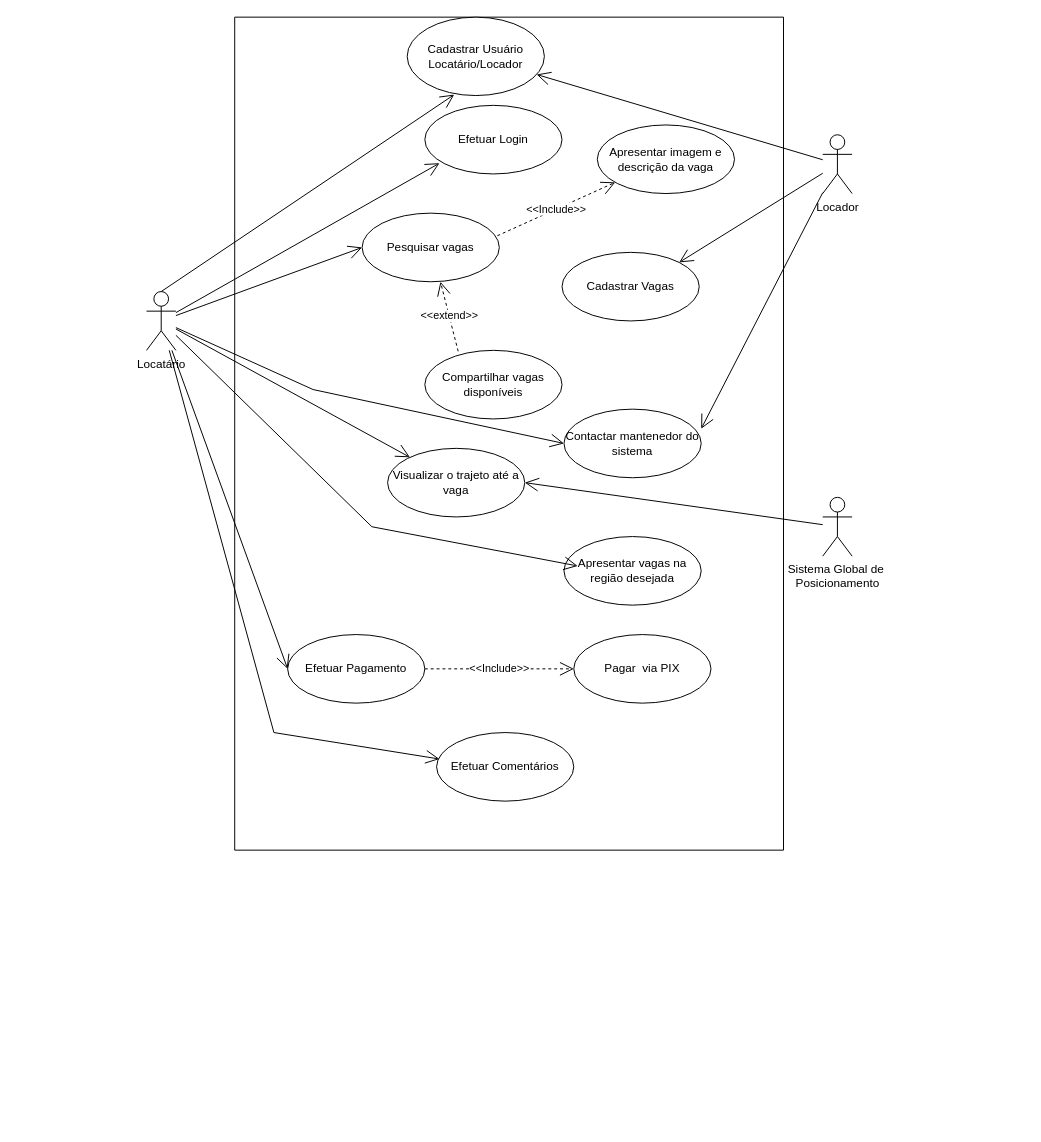
ICEI-PUC-Minas-PMV-ADS/pmv-ads-2023-2-e2-proj-int-t3-park4you keeps this draw.io diagram as docs/Diagrama/Diagrama sem nome.drawio. Above is the earlier version. Source tidied: cells renumbered, new cells numbered last; positions are measured from the earlier drawing's top-left corner, leaving out a move shared by most shapes. Both pictures are drawn from the tidied source at 98%, with x=0, y=0 at pixel (146, 17).
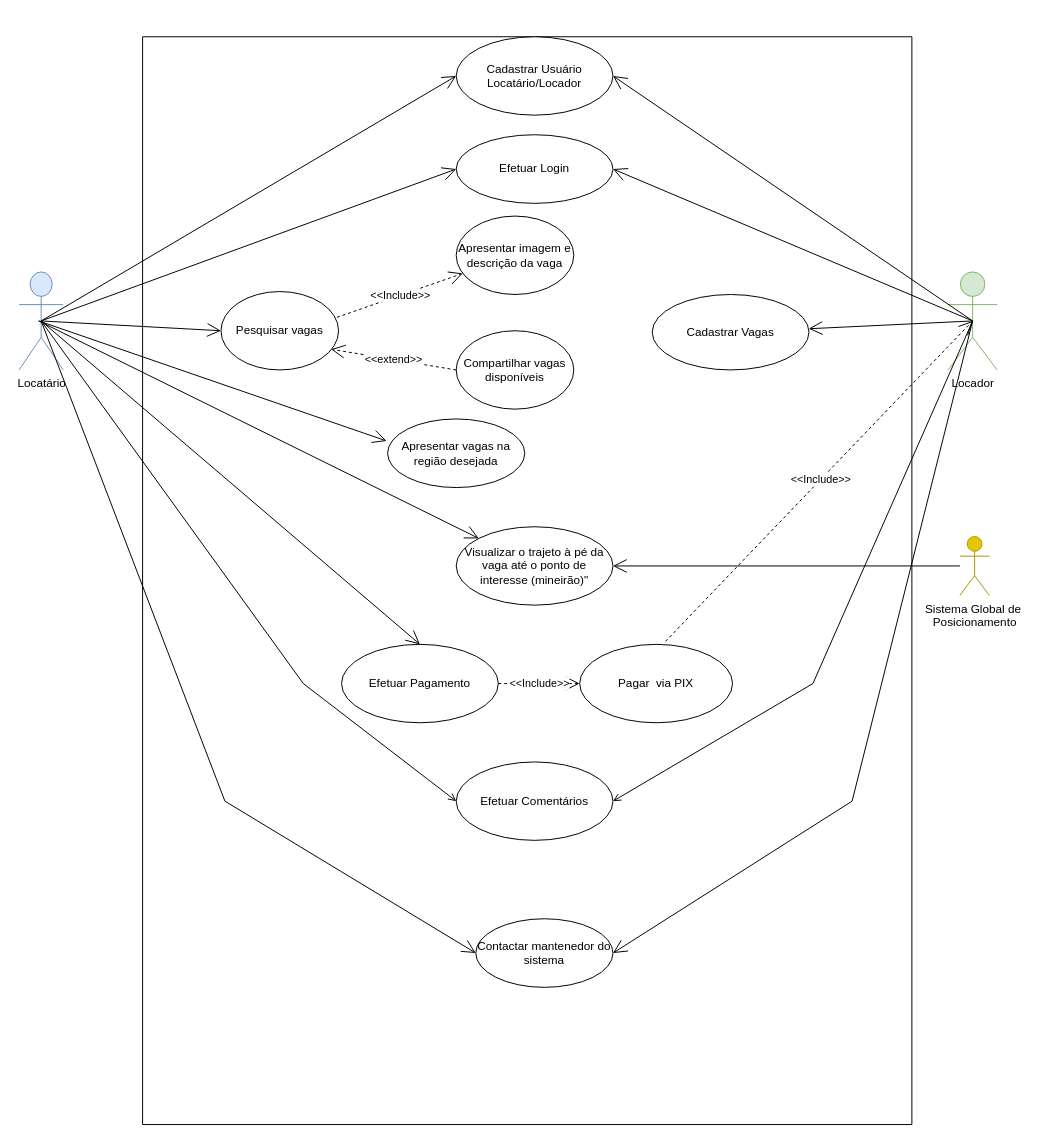
The same diagram, later.

The edit, as a diff of the source:
```diff
@@
     <mxCell id="2" style="swimlane;startSize=0;" parent="1" vertex="1">
-      <mxGeometry x="90" width="560" height="850" as="geometry" />
+      <mxGeometry x="-4" y="20" width="785" height="1110" as="geometry" />
     </mxCell>
     <mxCell id="3" value="Apresentar vagas na região desejada" style="ellipse;whiteSpace=wrap;html=1;" parent="2" vertex="1">
-      <mxGeometry x="336" y="530" width="140" height="70" as="geometry" />
+      <mxGeometry x="250" y="390" width="140" height="70" as="geometry" />
     </mxCell>
-    <mxCell id="4" value="Visualizar o trajeto até a vaga" style="ellipse;whiteSpace=wrap;html=1;" parent="2" vertex="1">
-      <mxGeometry x="156" y="440" width="140" height="70" as="geometry" />
+    <mxCell id="4" value="Visualizar o trajeto à pé da vaga até o ponto de interesse (mineirão)&quot;" style="ellipse;whiteSpace=wrap;html=1;" parent="2" vertex="1">
+      <mxGeometry x="320" y="500" width="160" height="80" as="geometry" />
     </mxCell>
     <mxCell id="5" value="Apresentar imagem e descrição da vaga" style="ellipse;whiteSpace=wrap;html=1;" parent="2" vertex="1">
-      <mxGeometry x="370" y="110" width="140" height="70" as="geometry" />
+      <mxGeometry x="320" y="183" width="120" height="80" as="geometry" />
     </mxCell>
     <mxCell id="6" value="Cadastrar Usuário&lt;br&gt;Locatário/Locador" style="ellipse;whiteSpace=wrap;html=1;" parent="2" vertex="1">
-      <mxGeometry x="176" width="140" height="80" as="geometry" />
+      <mxGeometry x="320" width="160" height="80" as="geometry" />
     </mxCell>
     <mxCell id="7" value="Contactar mantenedor do sistema" style="ellipse;whiteSpace=wrap;html=1;" parent="2" vertex="1">
-      <mxGeometry x="336" y="400" width="140" height="70" as="geometry" />
+      <mxGeometry x="340" y="900" width="140" height="70" as="geometry" />
     </mxCell>
     <mxCell id="8" value="Efetuar Pagamento" style="ellipse;whiteSpace=wrap;html=1;" parent="2" vertex="1">
-      <mxGeometry x="54" y="630" width="140" height="70" as="geometry" />
+      <mxGeometry x="203" y="620" width="160" height="80" as="geometry" />
     </mxCell>
     <mxCell id="9" value="Efetuar Login" style="ellipse;whiteSpace=wrap;html=1;" parent="2" vertex="1">
-      <mxGeometry x="194" y="90" width="140" height="70" as="geometry" />
+      <mxGeometry x="320" y="100" width="160" height="70" as="geometry" />
     </mxCell>
     <mxCell id="10" value="Compartilhar vagas disponíveis" style="ellipse;whiteSpace=wrap;html=1;" parent="2" vertex="1">
-      <mxGeometry x="194" y="340" width="140" height="70" as="geometry" />
+      <mxGeometry x="320" y="300" width="120" height="80" as="geometry" />
     </mxCell>
     <mxCell id="11" value="Cadastrar Vagas" style="ellipse;whiteSpace=wrap;html=1;" parent="2" vertex="1">
-      <mxGeometry x="334" y="240" width="140" height="70" as="geometry" />
+      <mxGeometry x="520" y="263" width="160" height="77" as="geometry" />
     </mxCell>
     <mxCell id="12" value="Pagar&amp;nbsp; via PIX" style="ellipse;whiteSpace=wrap;html=1;" parent="2" vertex="1">
-      <mxGeometry x="346" y="630" width="140" height="70" as="geometry" />
+      <mxGeometry x="446" y="620" width="156" height="80" as="geometry" />
     </mxCell>
     <mxCell id="13" value="Efetuar Comentários" style="ellipse;whiteSpace=wrap;html=1;" parent="2" vertex="1">
-      <mxGeometry x="206" y="730" width="140" height="70" as="geometry" />
+      <mxGeometry x="320" y="740" width="160" height="80" as="geometry" />
     </mxCell>
     <mxCell id="14" value="Pesquisar vagas" style="ellipse;whiteSpace=wrap;html=1;" parent="2" vertex="1">
-      <mxGeometry x="130" y="200" width="140" height="70" as="geometry" />
+      <mxGeometry x="80" y="260" width="120" height="80" as="geometry" />
     </mxCell>
@@
-    <mxCell id="17" value="&amp;lt;&amp;lt;extend&amp;gt;&amp;gt;" style="endArrow=open;endSize=12;dashed=1;html=1;rounded=0;exitX=0.243;exitY=0.014;exitDx=0;exitDy=0;exitPerimeter=0;entryX=0.571;entryY=1;entryDx=0;entryDy=0;entryPerimeter=0;" parent="2" edge="1" source="10" target="14">
+    <mxCell id="17" value="&amp;lt;&amp;lt;extend&amp;gt;&amp;gt;" style="endArrow=open;endSize=12;dashed=1;html=1;rounded=0;exitX=0;exitY=0.5;exitDx=0;exitDy=0;entryX=0.936;entryY=0.736;entryDx=0;entryDy=0;entryPerimeter=0;" parent="2" edge="1" source="10" target="14">
       <mxGeometry relative="1" as="geometry" />
     </mxCell>
-    <mxCell id="18" value="Locatário" style="shape=umlActor;verticalLabelPosition=bottom;verticalAlign=top;html=1;outlineConnect=0;" parent="1" vertex="1">
-      <mxGeometry y="280" width="30" height="60" as="geometry" />
+    <mxCell id="18" value="Locatário" style="shape=umlActor;verticalLabelPosition=bottom;verticalAlign=top;html=1;outlineConnect=0;fillColor=#dae8fc;strokeColor=#6c8ebf;" parent="1" vertex="1">
+      <mxGeometry x="-130" y="260" width="45" height="100" as="geometry" />
     </mxCell>
-    <mxCell id="19" value="Locador" style="shape=umlActor;verticalLabelPosition=bottom;verticalAlign=top;html=1;outlineConnect=0;" parent="1" vertex="1">
-      <mxGeometry x="690" y="120" width="30" height="60" as="geometry" />
-    </mxCell>
-    <mxCell id="20" value="Sistema Global de&amp;nbsp;&lt;br&gt;Posicionamento" style="shape=umlActor;verticalLabelPosition=bottom;verticalAlign=top;html=1;" parent="1" vertex="1">
-      <mxGeometry x="690" y="490" width="30" height="60" as="geometry" />
+    <mxCell id="20" value="Sistema Global de&amp;nbsp;&lt;br&gt;Posicionamento" style="shape=umlActor;verticalLabelPosition=bottom;verticalAlign=top;html=1;fillColor=#e3c800;fontColor=#000000;strokeColor=#B09500;" parent="1" vertex="1">
+      <mxGeometry x="830" y="530" width="30" height="60" as="geometry" />
     </mxCell>
-    <mxCell id="21" style="endArrow=open;endFill=1;endSize=12;html=1;rounded=0;exitX=0.5;exitY=0;exitDx=0;exitDy=0;exitPerimeter=0;entryX=0.343;entryY=0.988;entryDx=0;entryDy=0;entryPerimeter=0;" parent="1" edge="1" source="18" target="6">
+    <mxCell id="21" style="endArrow=open;endFill=1;endSize=12;html=1;rounded=0;exitX=0.5;exitY=0.5;exitDx=0;exitDy=0;exitPerimeter=0;entryX=0;entryY=0.5;entryDx=0;entryDy=0;" parent="1" edge="1" source="18" target="6">
       <mxGeometry relative="1" as="geometry" />
     </mxCell>
-    <mxCell id="22" style="endArrow=open;endFill=1;endSize=12;html=1;rounded=0;entryX=0.107;entryY=0.843;entryDx=0;entryDy=0;entryPerimeter=0;" parent="1" edge="1" source="18" target="9">
+    <mxCell id="22" style="endArrow=open;endFill=1;endSize=12;html=1;rounded=0;entryX=0;entryY=0.5;entryDx=0;entryDy=0;exitX=0.5;exitY=0.5;exitDx=0;exitDy=0;exitPerimeter=0;" parent="1" edge="1" source="18" target="9">
       <mxGeometry relative="1" as="geometry" />
     </mxCell>
-    <mxCell id="23" style="endArrow=open;endFill=1;endSize=12;html=1;rounded=0;entryX=0;entryY=0.5;entryDx=0;entryDy=0;" parent="1" edge="1" source="18" target="14">
+    <mxCell id="23" style="endArrow=open;endFill=1;endSize=12;html=1;rounded=0;entryX=0;entryY=0.5;entryDx=0;entryDy=0;exitX=0.5;exitY=0.5;exitDx=0;exitDy=0;exitPerimeter=0;" parent="1" edge="1" source="18" target="14">
       <mxGeometry relative="1" as="geometry" />
     </mxCell>
-    <mxCell id="24" style="endArrow=open;endFill=1;endSize=12;html=1;rounded=0;" parent="1" edge="1" source="18" target="4">
-      <mxGeometry relative="1" as="geometry" />
+    <mxCell id="24" style="endArrow=open;endFill=1;endSize=12;html=1;rounded=0;" parent="1" edge="1" target="4">
+      <mxGeometry relative="1" as="geometry">
+        <mxPoint x="-110" y="310" as="sourcePoint" />
+      </mxGeometry>
     </mxCell>
-    <mxCell id="25" style="endArrow=open;endFill=1;endSize=12;html=1;rounded=0;entryX=0;entryY=0.5;entryDx=0;entryDy=0;" parent="1" edge="1" source="18" target="8">
+    <mxCell id="25" style="endArrow=open;endFill=1;endSize=12;html=1;rounded=0;exitX=0.5;exitY=0.5;exitDx=0;exitDy=0;exitPerimeter=0;entryX=0.5;entryY=0;entryDx=0;entryDy=0;" parent="1" edge="1" source="18" target="8">
       <mxGeometry relative="1" as="geometry" />
     </mxCell>
-    <mxCell id="26" style="endArrow=open;endFill=1;endSize=12;html=1;rounded=0;entryX=1;entryY=0;entryDx=0;entryDy=0;" parent="1" edge="1" source="19" target="11">
-      <mxGeometry relative="1" as="geometry" />
-    </mxCell>
@@
-    <mxCell id="28" style="endArrow=open;endFill=1;endSize=12;html=1;rounded=0;entryX=0.021;entryY=0.386;entryDx=0;entryDy=0;entryPerimeter=0;" parent="1" edge="1" source="18" target="13">
+    <mxCell id="28" style="endArrow=open;endFill=1;html=1;rounded=0;entryX=0;entryY=0.5;entryDx=0;entryDy=0;exitX=0.5;exitY=0.5;exitDx=0;exitDy=0;exitPerimeter=0;" parent="1" edge="1" source="18" target="13">
       <mxGeometry relative="1" as="geometry">
         <Array as="points">
-          <mxPoint x="130" y="730" />
+          <mxPoint x="160" y="680" />
         </Array>
       </mxGeometry>
     </mxCell>
-    <mxCell id="29" style="endArrow=open;endFill=1;endSize=12;html=1;rounded=0;entryX=0;entryY=0.5;entryDx=0;entryDy=0;" parent="1" edge="1" source="18" target="7">
+    <mxCell id="29" style="endArrow=open;endFill=1;endSize=12;html=1;rounded=0;entryX=0;entryY=0.5;entryDx=0;entryDy=0;exitX=0.5;exitY=0.5;exitDx=0;exitDy=0;exitPerimeter=0;" parent="1" edge="1" source="18" target="7">
       <mxGeometry relative="1" as="geometry">
         <Array as="points">
-          <mxPoint x="170" y="380" />
+          <mxPoint x="80" y="800" />
         </Array>
       </mxGeometry>
     </mxCell>
+    <mxCell id="32" style="endArrow=open;endFill=1;endSize=12;html=1;rounded=0;entryX=-0.007;entryY=0.321;entryDx=0;entryDy=0;entryPerimeter=0;" parent="1" edge="1" target="3">
+      <mxGeometry relative="1" as="geometry">
+        <mxPoint x="-110" y="310" as="sourcePoint" />
+      </mxGeometry>
+    </mxCell>
+    <mxCell id="33" style="endArrow=open;endFill=1;endSize=12;html=1;rounded=0;entryX=1;entryY=0.5;entryDx=0;entryDy=0;exitX=0.5;exitY=0.5;exitDx=0;exitDy=0;exitPerimeter=0;" parent="1" edge="1" source="19" target="9">
+      <mxGeometry relative="1" as="geometry" />
+    </mxCell>
+    <mxCell id="19" value="Locador" style="shape=umlActor;verticalLabelPosition=bottom;verticalAlign=top;html=1;outlineConnect=0;fillColor=#d5e8d4;strokeColor=#82b366;" parent="1" vertex="1">
+      <mxGeometry x="818" y="260" width="50" height="100" as="geometry" />
+    </mxCell>
+    <mxCell id="26" style="endArrow=open;endFill=1;endSize=12;html=1;rounded=0;exitX=0.5;exitY=0.5;exitDx=0;exitDy=0;exitPerimeter=0;" parent="1" edge="1" source="19" target="11">
+      <mxGeometry relative="1" as="geometry" />
+    </mxCell>
-    <mxCell id="30" style="endArrow=open;endFill=1;endSize=12;html=1;rounded=0;entryX=1;entryY=0.286;entryDx=0;entryDy=0;entryPerimeter=0;" parent="1" edge="1" source="19" target="7">
-      <mxGeometry relative="1" as="geometry" />
+    <mxCell id="30" style="endArrow=open;endFill=1;endSize=12;html=1;rounded=0;entryX=1;entryY=0.5;entryDx=0;entryDy=0;exitX=0.5;exitY=0.5;exitDx=0;exitDy=0;exitPerimeter=0;" parent="1" edge="1" source="19" target="7">
+      <mxGeometry relative="1" as="geometry">
+        <Array as="points">
+          <mxPoint x="720" y="800" />
+        </Array>
+      </mxGeometry>
     </mxCell>
-    <mxCell id="31" style="endArrow=open;endFill=1;endSize=12;html=1;rounded=0;" parent="1" edge="1" source="19" target="6">
-      <mxGeometry relative="1" as="geometry" />
+    <mxCell id="31" style="endArrow=open;endFill=1;endSize=12;html=1;rounded=0;entryX=1;entryY=0.5;entryDx=0;entryDy=0;" parent="1" edge="1" target="6">
+      <mxGeometry relative="1" as="geometry">
+        <mxPoint x="843" y="310" as="sourcePoint" />
+      </mxGeometry>
     </mxCell>
-    <mxCell id="32" style="endArrow=open;endFill=1;endSize=12;html=1;rounded=0;entryX=0.1;entryY=0.429;entryDx=0;entryDy=0;entryPerimeter=0;" parent="1" edge="1" source="18" target="3">
-      <mxGeometry relative="1" as="geometry">
-        <Array as="points">
-          <mxPoint x="230" y="520" />
-        </Array>
-      </mxGeometry>
-    </mxCell>
+    <mxCell id="34" style="endArrow=open;endFill=1;html=1;rounded=0;entryX=1;entryY=0.5;entryDx=0;entryDy=0;exitX=0.5;exitY=0.5;exitDx=0;exitDy=0;exitPerimeter=0;" parent="1" edge="1" source="19" target="13">
+      <mxGeometry relative="1" as="geometry">
+        <Array as="points">
+          <mxPoint x="680" y="680" />
+        </Array>
+      </mxGeometry>
+    </mxCell>
+    <mxCell id="35" value="&amp;lt;&amp;lt;Include&amp;gt;&amp;gt;" style="endArrow=open;endSize=12;dashed=1;html=1;rounded=0;exitX=0.561;exitY=-0.037;exitDx=0;exitDy=0;entryX=0.5;entryY=0.5;entryDx=0;entryDy=0;entryPerimeter=0;exitPerimeter=0;" parent="1" edge="1" source="12" target="19">
+      <mxGeometry x="0.01" relative="1" as="geometry" />
+    </mxCell>
```
